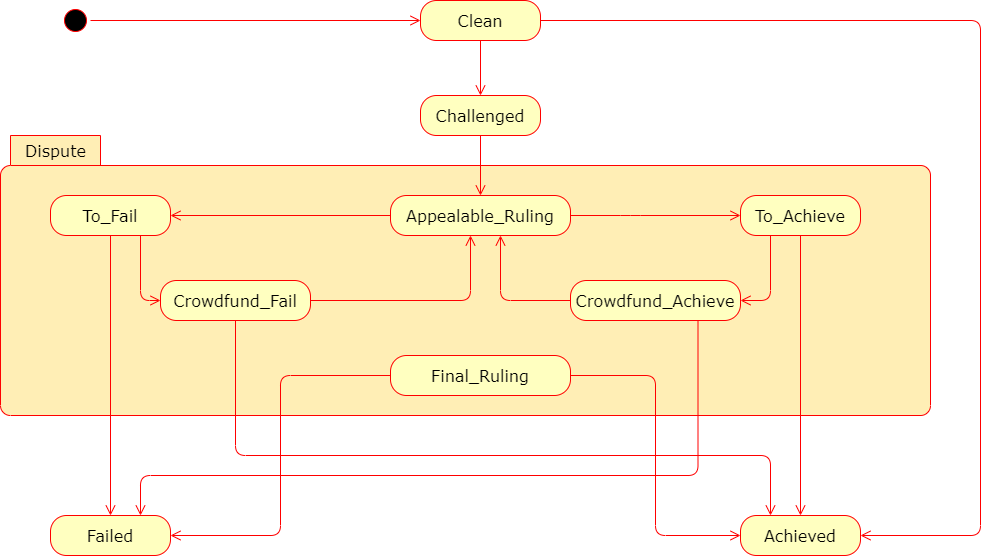
greenlucid/achiever keeps this draw.io diagram as docs/promise_state.png. Above is the earlier version. Source tidied: cells renumbered, new cells last; positions are measured from the earlier drawing's top-left corner, leaving out a move shared by most shapes.
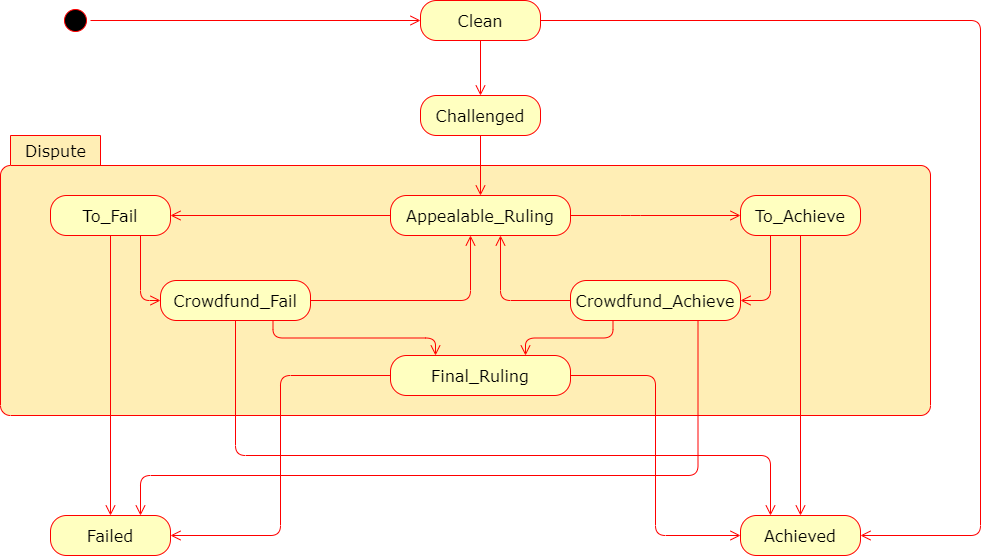
Later version of the same file.

Commit message:
docs: promise_state links crowdfund to final

The edit, as a diff of the source:
```diff
@@ -114,5 +114,11 @@
         </Array>
       </mxGeometry>
     </mxCell>
+    <mxCell id="30" style="edgeStyle=orthogonalEdgeStyle;html=1;verticalAlign=bottom;endArrow=open;endSize=8;strokeColor=#ff0000;exitX=0.75;exitY=1;exitDx=0;exitDy=0;entryX=0.25;entryY=0;entryDx=0;entryDy=0;" parent="1" edge="1" source="14" target="25">
+      <mxGeometry relative="1" as="geometry" />
+    </mxCell>
+    <mxCell id="31" style="edgeStyle=orthogonalEdgeStyle;html=1;verticalAlign=bottom;endArrow=open;endSize=8;strokeColor=#ff0000;exitX=0.25;exitY=1;exitDx=0;exitDy=0;entryX=0.75;entryY=0;entryDx=0;entryDy=0;" parent="1" edge="1" source="15" target="25">
+      <mxGeometry relative="1" as="geometry" />
+    </mxCell>
   </root>
 </mxGraphModel>
```
